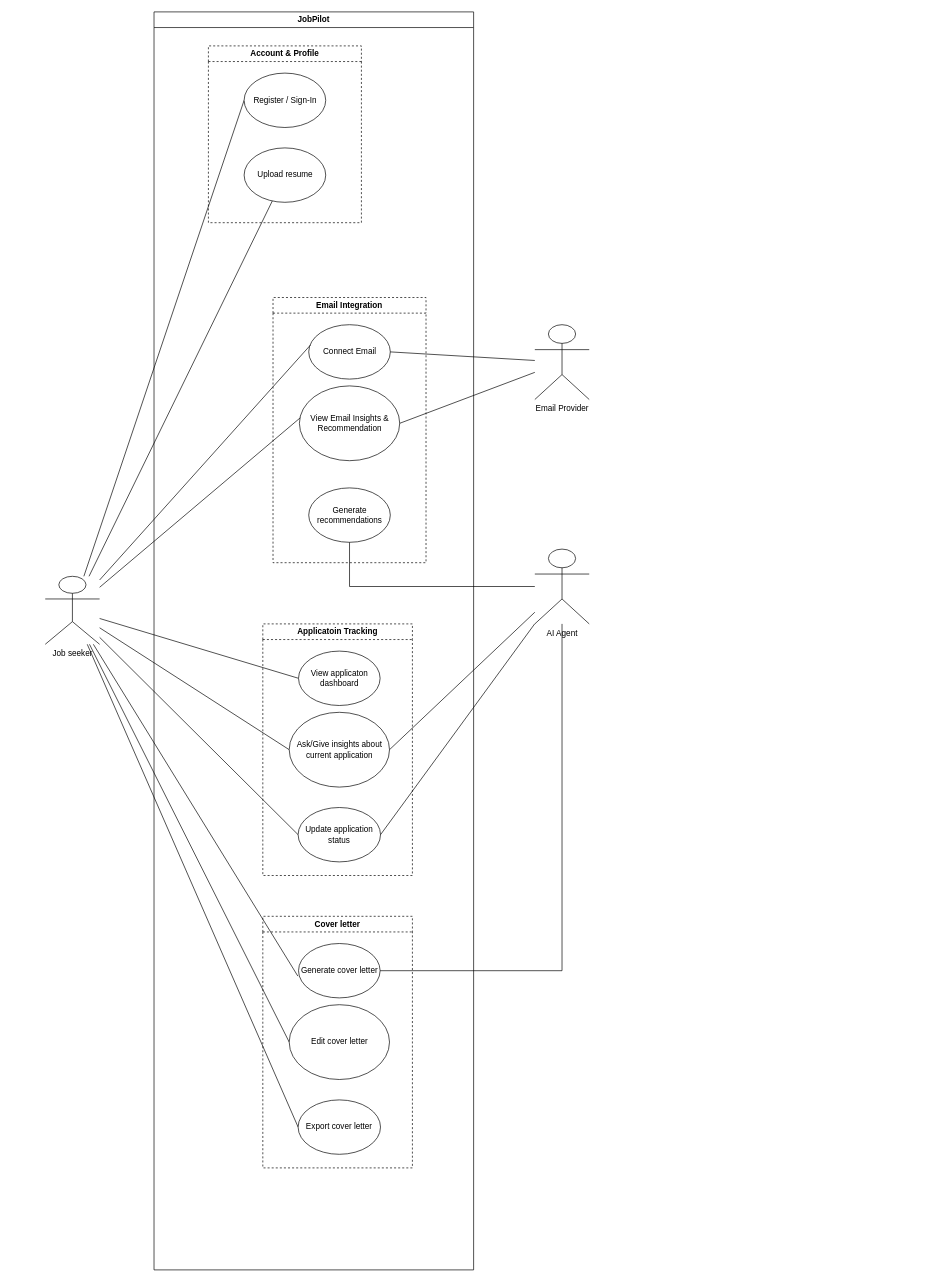
AET-DevOps26/team-genops keeps this draw.io diagram as page "Use case diagram" (1 of 3) of docs/architecture/architecture.drawio. Above is the earlier version. Source tidied: cells renumbered, new cells numbered last; positions are measured from the earlier drawing's top-left corner, leaving out a move shared by most shapes. Both pictures are drawn from the tidied source at 68%, with x=0, y=0 at pixel (45, 12).
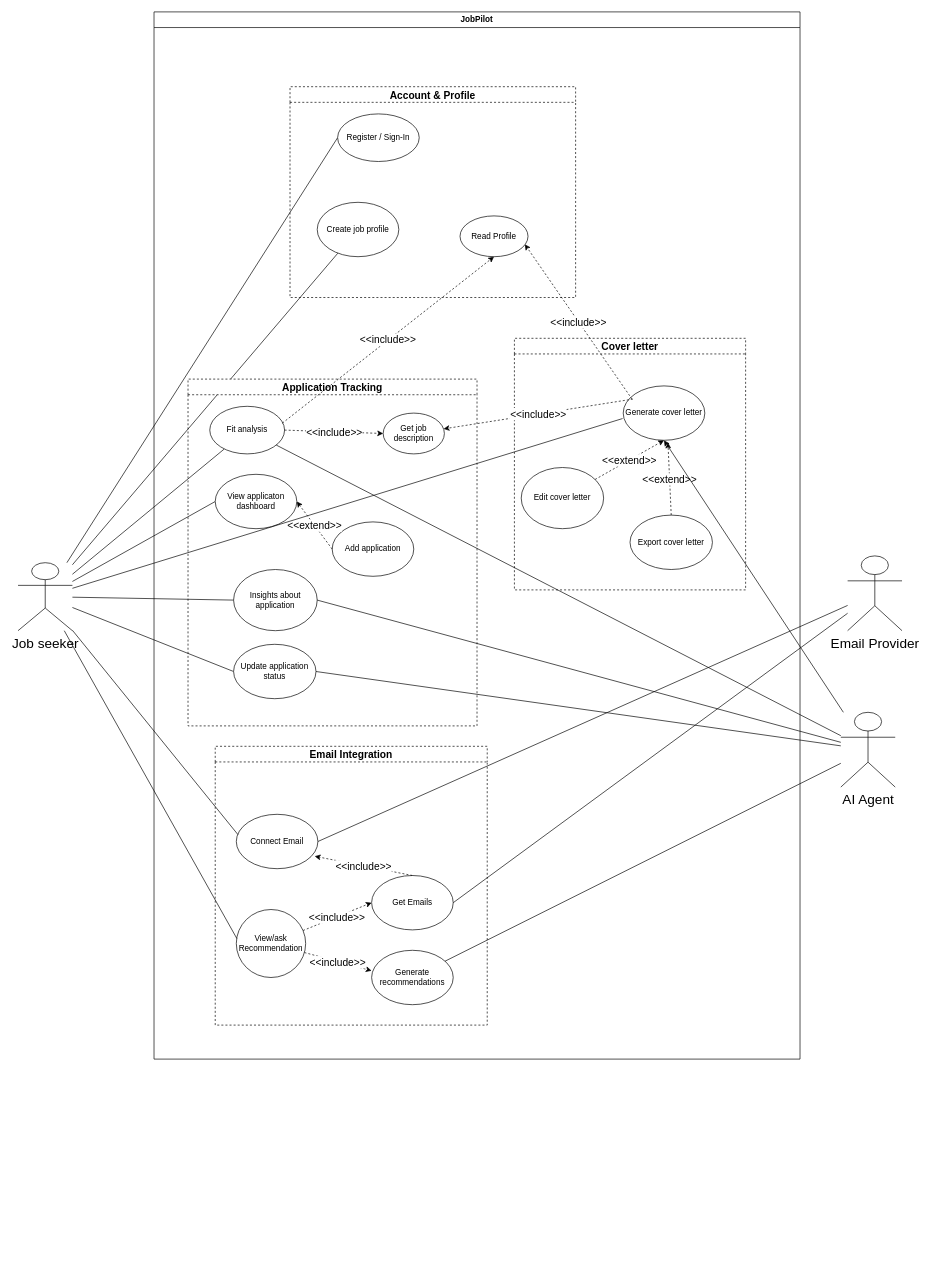
The same page after the edit.

Diff of the diagram source:
```diff
@@
-    <mxCell id="7" style="rounded=0;jettySize=auto;html=1;entryX=0;entryY=0.5;entryDx=0;entryDy=0;endArrow=none;endFill=0;" parent="1" edge="1" source="9" target="24">
-      <mxGeometry relative="1" as="geometry" />
-    </mxCell>
-    <mxCell id="8" style="rounded=0;jettySize=auto;html=1;entryX=0;entryY=0.5;entryDx=0;entryDy=0;endArrow=none;endFill=0;" parent="1" edge="1" source="9" target="25">
-      <mxGeometry relative="1" as="geometry" />
-    </mxCell>
+    <mxCell id="37" style="edgeStyle=none;html=1;endArrow=none;endFill=0;" parent="1" edge="1" source="9" target="45">
+      <mxGeometry relative="1" as="geometry" />
+    </mxCell>
-    <mxCell id="9" value="Job seeker" style="shape=umlActor;verticalLabelPosition=bottom;verticalAlign=top;html=1;outlineConnect=0;" parent="1" vertex="1">
-      <mxGeometry y="830" width="80" height="100" as="geometry" />
+    <mxCell id="9" value="Job seeker" style="shape=umlActor;verticalLabelPosition=bottom;verticalAlign=top;html=1;outlineConnect=0;fontSize=20;" parent="1" vertex="1">
+      <mxGeometry x="-40" y="810" width="80" height="100" as="geometry" />
     </mxCell>
     <mxCell id="10" value="JobPilot" style="swimlane;whiteSpace=wrap;html=1;" parent="1" vertex="1">
-      <mxGeometry x="160" width="470" height="1850" as="geometry" />
+      <mxGeometry x="160" width="950" height="1540" as="geometry" />
     </mxCell>
-    <mxCell id="11" value="Account &amp;amp; Profile" style="swimlane;whiteSpace=wrap;html=1;dashed=1;" parent="10" vertex="1">
-      <mxGeometry x="80" y="50" width="225" height="260" as="geometry" />
+    <mxCell id="11" value="Account &amp;amp; Profile" style="swimlane;whiteSpace=wrap;html=1;dashed=1;fontSize=15;" parent="10" vertex="1">
+      <mxGeometry x="200" y="110" width="420" height="310" as="geometry" />
     </mxCell>
     <mxCell id="12" value="Register / Sign-In" style="ellipse;whiteSpace=wrap;html=1;" parent="11" vertex="1">
-      <mxGeometry x="52.5" y="40" width="120" height="80" as="geometry" />
+      <mxGeometry x="70" y="40" width="120" height="70" as="geometry" />
     </mxCell>
-    <mxCell id="13" value="Upload resume" style="ellipse;whiteSpace=wrap;html=1;" parent="11" vertex="1">
-      <mxGeometry x="52.5" y="150" width="120" height="80" as="geometry" />
+    <mxCell id="13" value="Create job profile" style="ellipse;whiteSpace=wrap;html=1;" parent="11" vertex="1">
+      <mxGeometry x="40" y="170" width="120" height="80" as="geometry" />
     </mxCell>
+    <mxCell id="38" value="Read Profile" style="ellipse;whiteSpace=wrap;html=1;" parent="11" vertex="1">
+      <mxGeometry x="250" y="190" width="100" height="60" as="geometry" />
+    </mxCell>
-    <mxCell id="14" value="Email Integration" style="swimlane;whiteSpace=wrap;html=1;dashed=1;" parent="10" vertex="1">
-      <mxGeometry x="175" y="420" width="225" height="390" as="geometry" />
+    <mxCell id="14" value="Email Integration" style="swimlane;whiteSpace=wrap;html=1;dashed=1;fontSize=15;" parent="10" vertex="1">
+      <mxGeometry x="90" y="1080" width="400" height="410" as="geometry" />
     </mxCell>
     <mxCell id="15" value="Connect Email" style="ellipse;whiteSpace=wrap;html=1;" parent="14" vertex="1">
-      <mxGeometry x="52.5" y="40" width="120" height="80" as="geometry" />
+      <mxGeometry x="31" y="100" width="120" height="80" as="geometry" />
     </mxCell>
+    <mxCell id="39" value="&amp;lt;&amp;lt;include&amp;gt;&amp;gt;" style="edgeStyle=none;html=1;entryX=0;entryY=0.375;entryDx=0;entryDy=0;dashed=1;fontSize=15;entryPerimeter=0;" parent="14" edge="1" source="16" target="17">
+      <mxGeometry relative="1" as="geometry" />
+    </mxCell>
+    <mxCell id="40" value="&amp;lt;&amp;lt;include&amp;gt;&amp;gt;" style="edgeStyle=none;html=1;entryX=0;entryY=0.5;entryDx=0;entryDy=0;dashed=1;fontSize=15;" parent="14" edge="1" source="16" target="41">
+      <mxGeometry relative="1" as="geometry" />
+    </mxCell>
-    <mxCell id="16" value="View Email Insights &amp;amp; Recommendation" style="ellipse;whiteSpace=wrap;html=1;" parent="14" vertex="1">
-      <mxGeometry x="38.8" y="130" width="147.5" height="110" as="geometry" />
+    <mxCell id="16" value="View/ask Recommendation" style="ellipse;whiteSpace=wrap;html=1;" parent="14" vertex="1">
+      <mxGeometry x="31" y="240" width="102" height="100" as="geometry" />
     </mxCell>
     <mxCell id="17" value="Generate recommendations" style="ellipse;whiteSpace=wrap;html=1;" parent="14" vertex="1">
-      <mxGeometry x="52.5" y="280" width="120" height="80" as="geometry" />
+      <mxGeometry x="230" y="300" width="120" height="80" as="geometry" />
     </mxCell>
+    <mxCell id="41" value="Get Emails" style="ellipse;whiteSpace=wrap;html=1;" parent="14" vertex="1">
+      <mxGeometry x="230" y="190" width="120" height="80" as="geometry" />
+    </mxCell>
+    <mxCell id="42" value="&amp;lt;&amp;lt;include&amp;gt;&amp;gt;" style="edgeStyle=none;html=1;entryX=0.961;entryY=0.771;entryDx=0;entryDy=0;dashed=1;fontSize=15;exitX=0.5;exitY=0;exitDx=0;exitDy=0;startArrow=none;startFill=0;endArrow=classic;endFill=1;entryPerimeter=0;" parent="14" edge="1" source="41" target="15">
+      <mxGeometry relative="1" as="geometry" />
+    </mxCell>
-    <mxCell id="18" value="Applicatoin Tracking" style="swimlane;whiteSpace=wrap;html=1;dashed=1;" parent="10" vertex="1">
-      <mxGeometry x="160" y="900" width="220" height="370" as="geometry" />
+    <mxCell id="18" value="Application Tracking" style="swimlane;whiteSpace=wrap;html=1;dashed=1;fontSize=15;" parent="10" vertex="1">
+      <mxGeometry x="50" y="540" width="425" height="510" as="geometry" />
     </mxCell>
     <mxCell id="19" value="View applicaton dashboard" style="ellipse;whiteSpace=wrap;html=1;" parent="18" vertex="1">
-      <mxGeometry x="52.5" y="40" width="120" height="80" as="geometry" />
+      <mxGeometry x="40" y="140" width="120" height="80" as="geometry" />
     </mxCell>
-    <mxCell id="20" value="Ask/Give insights about current application" style="ellipse;whiteSpace=wrap;html=1;" parent="18" vertex="1">
-      <mxGeometry x="38.8" y="130" width="147.5" height="110" as="geometry" />
+    <mxCell id="20" value="Insights about application" style="ellipse;whiteSpace=wrap;html=1;" parent="18" vertex="1">
+      <mxGeometry x="67" y="280" width="123" height="90" as="geometry" />
     </mxCell>
     <mxCell id="21" value="Update application status" style="ellipse;whiteSpace=wrap;html=1;" parent="18" vertex="1">
-      <mxGeometry x="51.9" y="270" width="121.2" height="80" as="geometry" />
+      <mxGeometry x="67" y="390" width="121.2" height="80" as="geometry" />
     </mxCell>
+    <mxCell id="43" value="Add application" style="ellipse;whiteSpace=wrap;html=1;" parent="18" vertex="1">
+      <mxGeometry x="212" y="210" width="120" height="80" as="geometry" />
+    </mxCell>
+    <mxCell id="44" value="&amp;lt;&amp;lt;extend&amp;gt;&amp;gt;" style="edgeStyle=none;html=1;entryX=1;entryY=0.5;entryDx=0;entryDy=0;fontSize=15;dashed=1;exitX=0;exitY=0.5;exitDx=0;exitDy=0;" parent="18" edge="1" source="43" target="19">
+      <mxGeometry relative="1" as="geometry" />
+    </mxCell>
+    <mxCell id="45" value="Fit analysis" style="ellipse;whiteSpace=wrap;html=1;" parent="18" vertex="1">
+      <mxGeometry x="32" y="40" width="110" height="70" as="geometry" />
+    </mxCell>
+    <mxCell id="46" value="Get job description" style="ellipse;whiteSpace=wrap;html=1;" parent="18" vertex="1">
+      <mxGeometry x="287" y="50" width="90" height="60" as="geometry" />
+    </mxCell>
+    <mxCell id="47" value="&amp;lt;&amp;lt;include&amp;gt;&amp;gt;" style="edgeStyle=none;html=1;dashed=1;fontSize=15;exitX=1;exitY=0.5;exitDx=0;exitDy=0;entryX=0;entryY=0.5;entryDx=0;entryDy=0;" parent="18" edge="1" source="45" target="46">
+      <mxGeometry relative="1" as="geometry" />
+    </mxCell>
+    <mxCell id="48" value="&amp;lt;&amp;lt;include&amp;gt;&amp;gt;" style="edgeStyle=none;html=1;entryX=0.5;entryY=1;entryDx=0;entryDy=0;dashed=1;fontSize=15;exitX=0.971;exitY=0.353;exitDx=0;exitDy=0;exitPerimeter=0;" parent="10" edge="1" source="45" target="38">
+      <mxGeometry relative="1" as="geometry" />
+    </mxCell>
-    <mxCell id="22" value="Cover letter" style="swimlane;whiteSpace=wrap;html=1;dashed=1;" parent="10" vertex="1">
-      <mxGeometry x="160" y="1330" width="220" height="370" as="geometry" />
+    <mxCell id="22" value="Cover letter" style="swimlane;whiteSpace=wrap;html=1;dashed=1;fontSize=15;" parent="10" vertex="1">
+      <mxGeometry x="530" y="480" width="340" height="370" as="geometry" />
     </mxCell>
     <mxCell id="23" value="Generate cover letter" style="ellipse;whiteSpace=wrap;html=1;" parent="22" vertex="1">
-      <mxGeometry x="52.5" y="40" width="120" height="80" as="geometry" />
+      <mxGeometry x="160" y="70" width="120" height="80" as="geometry" />
     </mxCell>
+    <mxCell id="49" value="&amp;lt;&amp;lt;extend&amp;gt;&amp;gt;" style="edgeStyle=none;html=1;entryX=0.5;entryY=1;entryDx=0;entryDy=0;fontSize=15;dashed=1;" parent="22" edge="1" source="24" target="23">
+      <mxGeometry relative="1" as="geometry" />
+    </mxCell>
     <mxCell id="24" value="Edit cover letter" style="ellipse;whiteSpace=wrap;html=1;" parent="22" vertex="1">
-      <mxGeometry x="38.8" y="130" width="147.5" height="110" as="geometry" />
+      <mxGeometry x="10" y="190" width="121.2" height="90" as="geometry" />
     </mxCell>
     <mxCell id="25" value="Export cover letter" style="ellipse;whiteSpace=wrap;html=1;" parent="22" vertex="1">
-      <mxGeometry x="51.9" y="270" width="121.2" height="80" as="geometry" />
+      <mxGeometry x="170" y="260" width="121.2" height="80" as="geometry" />
     </mxCell>
+    <mxCell id="50" value="&amp;lt;&amp;lt;extend&amp;gt;&amp;gt;" style="edgeStyle=none;html=1;entryX=0.548;entryY=1.04;entryDx=0;entryDy=0;fontSize=15;dashed=1;exitX=0.5;exitY=0;exitDx=0;exitDy=0;entryPerimeter=0;" parent="22" edge="1" source="25" target="23">
+      <mxGeometry relative="1" as="geometry" />
+    </mxCell>
+    <mxCell id="51" value="&amp;lt;&amp;lt;include&amp;gt;&amp;gt;" style="edgeStyle=none;html=1;entryX=0.953;entryY=0.696;entryDx=0;entryDy=0;dashed=1;fontSize=15;exitX=0.108;exitY=0.243;exitDx=0;exitDy=0;exitPerimeter=0;entryPerimeter=0;" parent="10" edge="1" source="23" target="38">
+      <mxGeometry relative="1" as="geometry" />
+    </mxCell>
+    <mxCell id="52" value="&amp;lt;&amp;lt;include&amp;gt;&amp;gt;" style="edgeStyle=none;html=1;dashed=1;fontSize=15;exitX=0.118;exitY=0.243;exitDx=0;exitDy=0;exitPerimeter=0;" parent="10" edge="1" source="23" target="46">
+      <mxGeometry relative="1" as="geometry" />
+    </mxCell>
@@
-    <mxCell id="29" style="edgeStyle=orthogonalEdgeStyle;rounded=0;jettySize=auto;html=1;endArrow=none;endFill=0;" parent="1" edge="1" source="33" target="17">
+    <mxCell id="29" style="rounded=0;jettySize=auto;html=1;endArrow=none;endFill=0;" parent="1" edge="1" source="33" target="17">
       <mxGeometry relative="1" as="geometry" />
     </mxCell>
@@
-    <mxCell id="32" style="edgeStyle=orthogonalEdgeStyle;rounded=0;jettySize=auto;html=1;entryX=1;entryY=0.5;entryDx=0;entryDy=0;endArrow=none;endFill=0;" parent="1" edge="1" source="33" target="23">
-      <mxGeometry relative="1" as="geometry">
-        <Array as="points">
-          <mxPoint x="760" y="1410" />
-        </Array>
-      </mxGeometry>
+    <mxCell id="32" style="edgeStyle=none;html=1;entryX=0.5;entryY=1;entryDx=0;entryDy=0;" parent="1" edge="1" source="33" target="23">
+      <mxGeometry relative="1" as="geometry" />
     </mxCell>
+    <mxCell id="53" style="edgeStyle=none;html=1;endArrow=none;endFill=0;" parent="1" edge="1" source="33" target="45">
+      <mxGeometry relative="1" as="geometry" />
+    </mxCell>
-    <mxCell id="33" value="AI Agent" style="shape=umlActor;verticalLabelPosition=bottom;verticalAlign=top;html=1;outlineConnect=0;" parent="1" vertex="1">
-      <mxGeometry x="720" y="790" width="80" height="110" as="geometry" />
+    <mxCell id="33" value="AI Agent" style="shape=umlActor;verticalLabelPosition=bottom;verticalAlign=top;html=1;outlineConnect=0;fontSize=20;" parent="1" vertex="1">
+      <mxGeometry x="1170" y="1030" width="80" height="110" as="geometry" />
     </mxCell>
@@
-    <mxCell id="35" style="rounded=0;jettySize=auto;html=1;entryX=1;entryY=0.5;entryDx=0;entryDy=0;endArrow=none;endFill=0;" parent="1" edge="1" source="36" target="16">
+    <mxCell id="35" style="rounded=0;jettySize=auto;html=1;endArrow=none;endFill=0;entryX=1;entryY=0.5;entryDx=0;entryDy=0;" parent="1" edge="1" source="36" target="41">
       <mxGeometry relative="1" as="geometry" />
     </mxCell>
-    <mxCell id="36" value="Email Provider" style="shape=umlActor;verticalLabelPosition=bottom;verticalAlign=top;html=1;outlineConnect=0;" parent="1" vertex="1">
-      <mxGeometry x="720" y="460" width="80" height="110" as="geometry" />
+    <mxCell id="36" value="Email Provider" style="shape=umlActor;verticalLabelPosition=bottom;verticalAlign=top;html=1;outlineConnect=0;fontSize=20;" parent="1" vertex="1">
+      <mxGeometry x="1180" y="800" width="80" height="110" as="geometry" />
     </mxCell>
```
